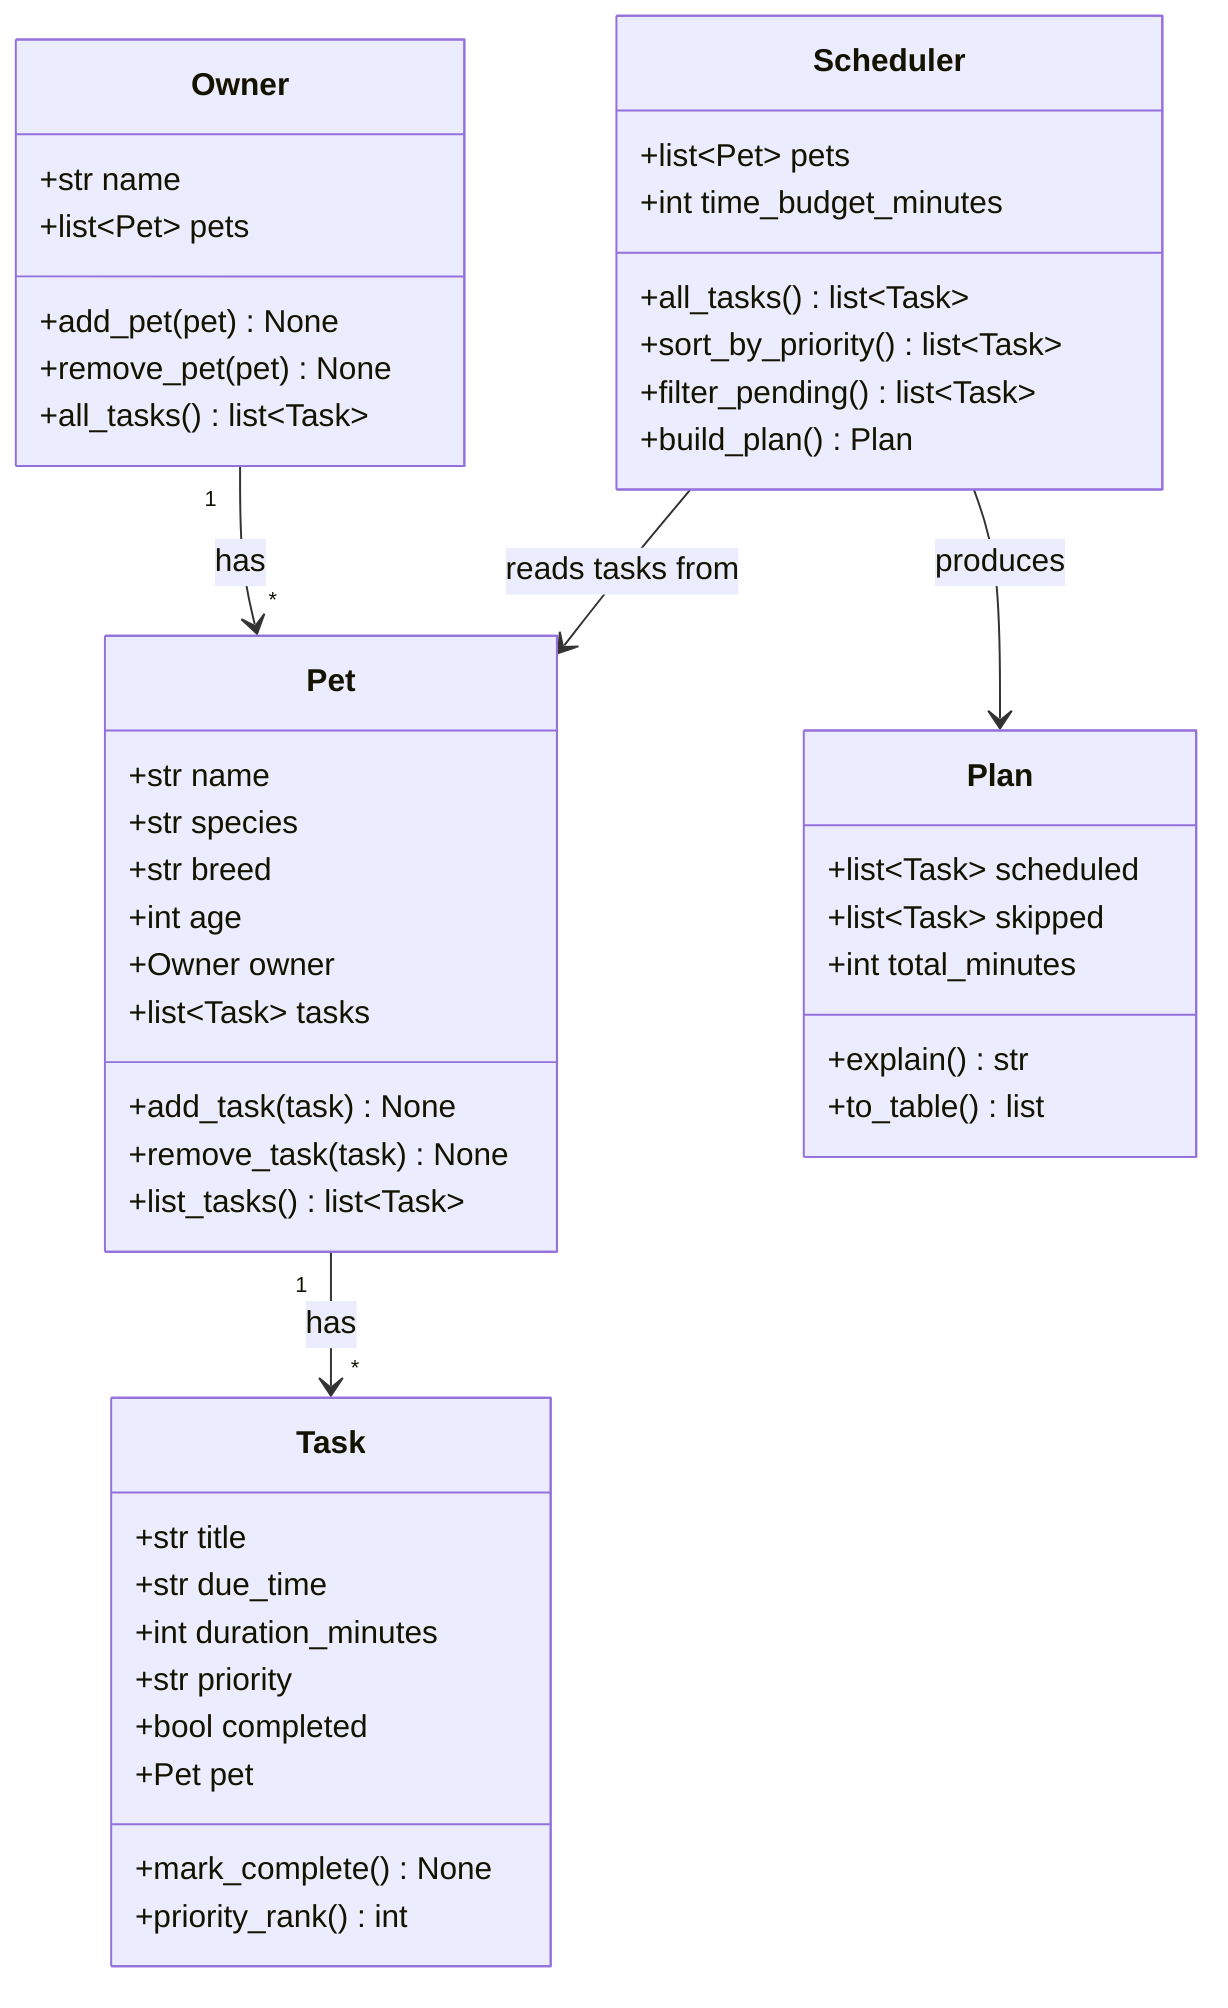
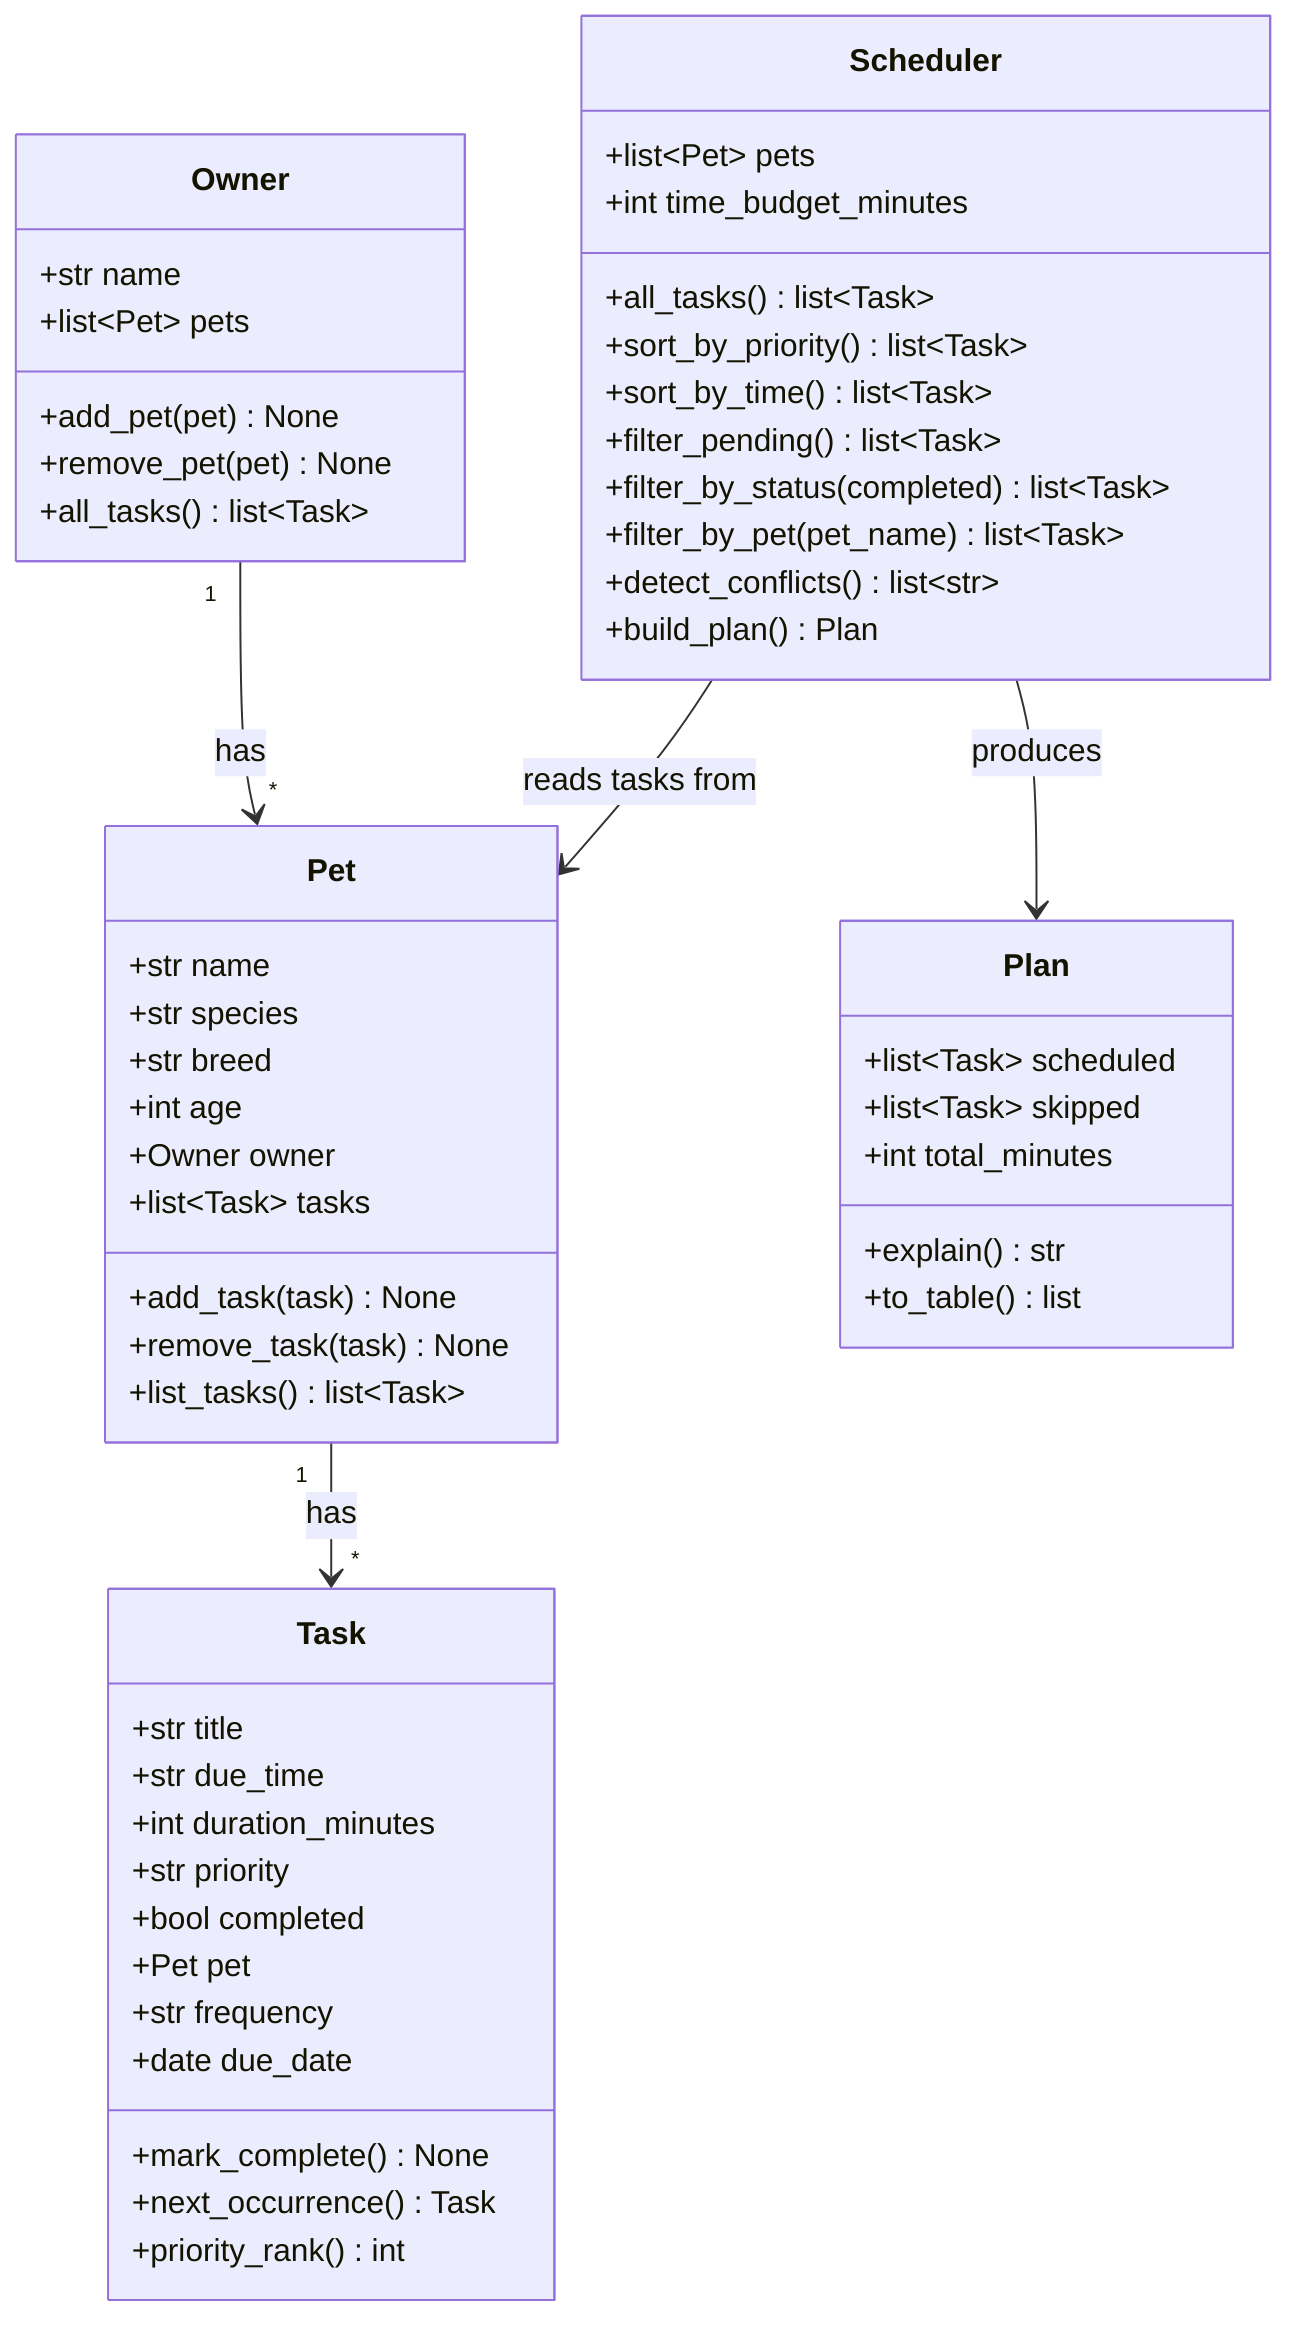
classDiagram
    %% PawPal+ class diagram. Keep this in sync with the code as it evolves.

    class Owner {
        +str name
        +list~Pet~ pets
        +add_pet(pet) None
        +remove_pet(pet) None
        +all_tasks() list~Task~
    }

    class Pet {
        +str name
        +str species
        +str breed
        +int age
        +Owner owner
        +list~Task~ tasks
        +add_task(task) None
        +remove_task(task) None
        +list_tasks() list~Task~
    }

    class Task {
        +str title
        +str due_time
        +int duration_minutes
        +str priority
        +bool completed
        +Pet pet
+         +str frequency
+         +date due_date
        +mark_complete() None
+         +next_occurrence() Task
        +priority_rank() int
    }

    class Scheduler {
        +list~Pet~ pets
        +int time_budget_minutes
        +all_tasks() list~Task~
        +sort_by_priority() list~Task~
+         +sort_by_time() list~Task~
        +filter_pending() list~Task~
+         +filter_by_status(completed) list~Task~
+         +filter_by_pet(pet_name) list~Task~
+         +detect_conflicts() list~str~
        +build_plan() Plan
    }

    class Plan {
        +list~Task~ scheduled
        +list~Task~ skipped
        +int total_minutes
        +explain() str
        +to_table() list
    }

    Owner "1" --> "*" Pet : has
    Pet "1" --> "*" Task : has
    Scheduler --> Pet : reads tasks from
    Scheduler --> Plan : produces
